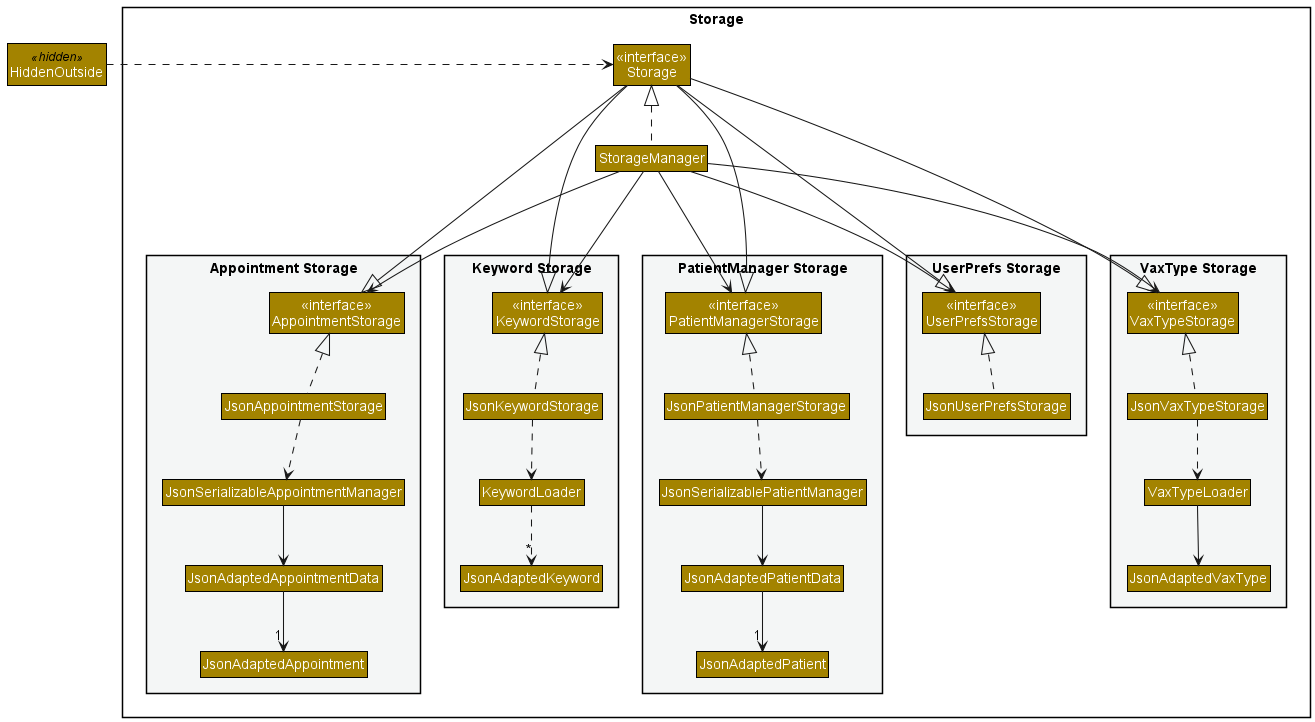
This is docs/images/StorageClassDiagram.png from nus-cs2103-AY2223S2/tp, a PlantUML export, as it was before one commit.
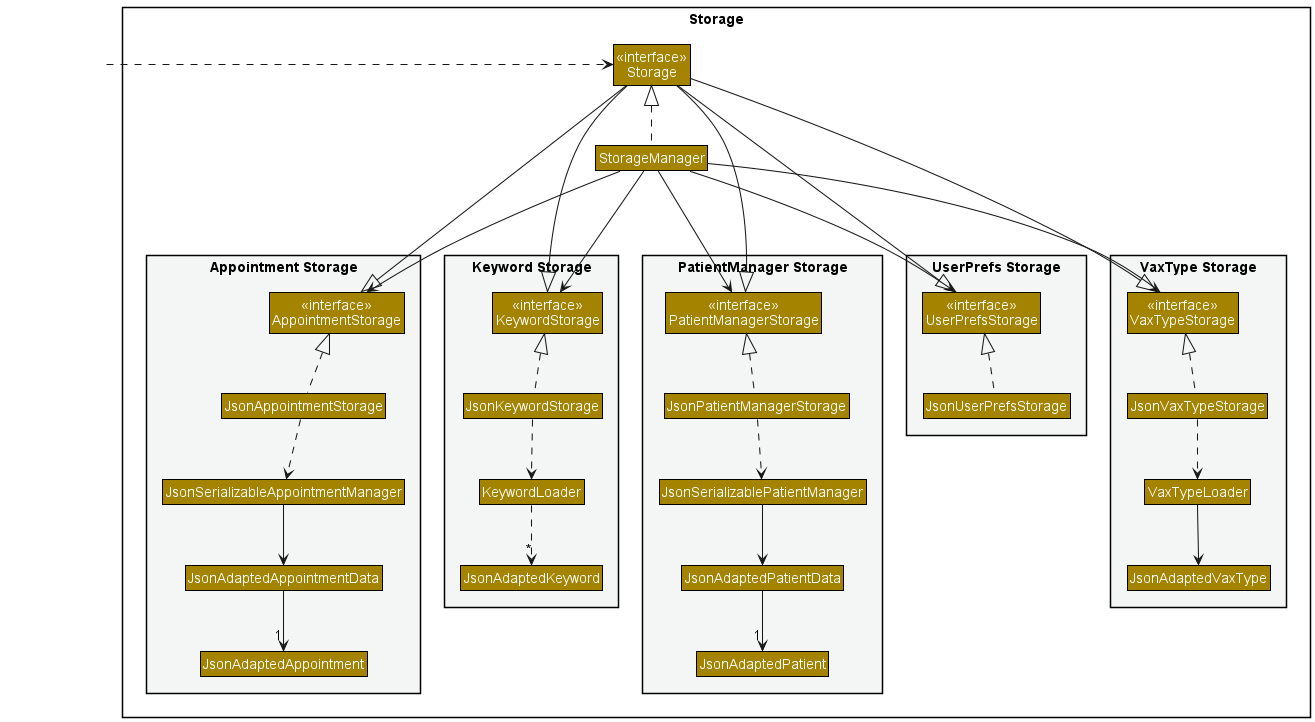
After the commit.

Commit message:
Fix arrow transparency for StorageClassDiagram

The edit, as a diff of the source:
```diff
@@ -3,6 +3,18 @@
 skinparam arrowThickness 1.05
 skinparam classBackgroundColor STORAGE_COLOR
 skinparam RoundCorner 0
+
+hide <<hidden>> stereotype
+
+<style>
+    .hidden {
+        BackGroundColor transparent
+        BorderColor transparent
+        FontColor transparent
+        LineColor transparent
+        StereotypeFontColor transparent
+    }
+</style>
 
 package Storage{
     Class StorageManager
```
